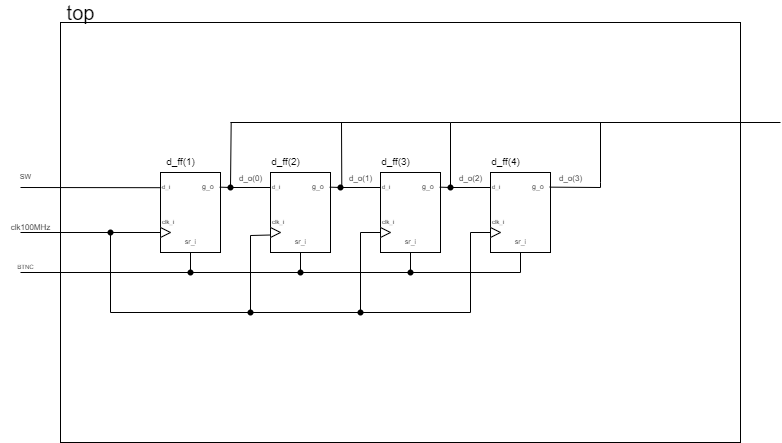
Marxs31/digital-electronics-1 keeps this draw.io diagram as labs/05-ffs/images/top.png. Above is the earlier version. Source tidied: cells renumbered, new cells last; positions are measured from the earlier drawing's top-left corner, leaving out a move shared by most shapes.
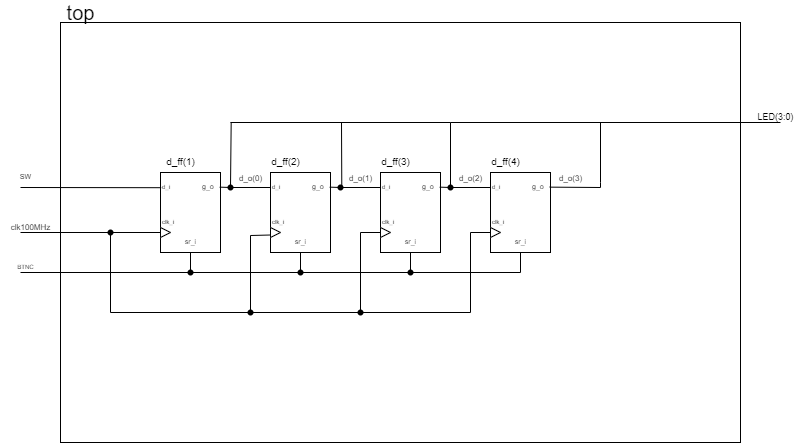
Above is the later version.

Diff of the diagram source:
```diff
@@ -290,5 +290,8 @@
     <mxCell id="71" value="&lt;font style=&quot;font-size: 10px&quot;&gt;d_ff(4)&lt;/font&gt;" style="text;html=1;align=center;verticalAlign=middle;strokeColor=none;fillColor=none;fontSize=20;" parent="1" vertex="1">
       <mxGeometry x="485" y="140" width="40" height="30" as="geometry" />
     </mxCell>
+    <mxCell id="72" value="&lt;font style=&quot;font-size: 9px&quot;&gt;LED(3:0)&lt;/font&gt;" style="text;html=1;align=center;verticalAlign=middle;strokeColor=none;fillColor=none;fontSize=6;" parent="1" vertex="1">
+      <mxGeometry x="750" y="110" width="50" height="10" as="geometry" />
+    </mxCell>
   </root>
 </mxGraphModel>
```
